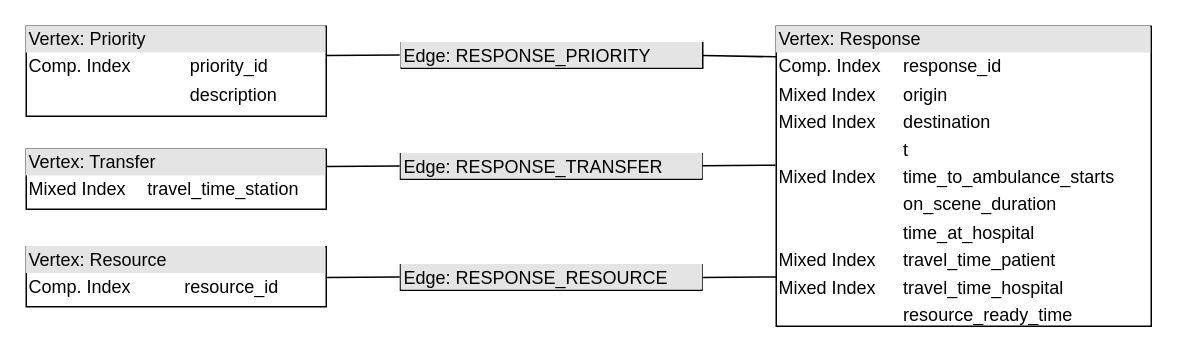
The draw.io diagram providentia-docs/report/drawio/janus-design-sim.drawio in DavidBakerEffendi/providentia, before the edit. Source tidied: cells renumbered, new cells numbered last; positions are measured from the earlier drawing's top-left corner, leaving out a move shared by most shapes. Both pictures are drawn from the tidied source at 150%, with x=0, y=0 at pixel (26, 26).
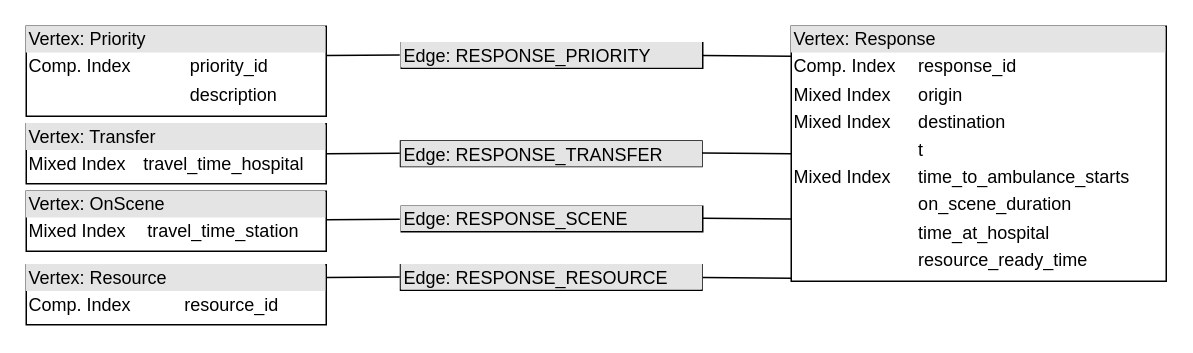
After the change.

Unchanged cells that the change refers to:
```xml
<mxCell id="6" value="&lt;div style=&quot;box-sizing: border-box ; width: 100% ; background: #e4e4e4 ; padding: 2px&quot;&gt;Edge: RESPONSE_PRIORITY&lt;/div&gt;&lt;table style=&quot;width: 100% ; font-size: 1em&quot; cellpadding=&quot;2&quot; cellspacing=&quot;0&quot;&gt;&lt;tbody&gt;&lt;/tbody&gt;&lt;/table&gt;" style="verticalAlign=top;align=left;overflow=fill;html=1;" parent="1" vertex="1">
  <mxGeometry x="250" y="11" width="201" height="17" as="geometry" />
</mxCell>
```

Diff of the diagram source:
```diff
@@
-    <mxCell id="2" value="&lt;div style=&quot;box-sizing: border-box ; width: 100% ; background: #e4e4e4 ; padding: 2px&quot;&gt;Vertex: Response&lt;/div&gt;&lt;table style=&quot;width: 100% ; font-size: 1em&quot; cellpadding=&quot;2&quot; cellspacing=&quot;0&quot;&gt;&lt;tbody&gt;&lt;tr&gt;&lt;td&gt;Comp. Index&lt;/td&gt;&lt;td&gt;response_id&lt;/td&gt;&lt;/tr&gt;&lt;tr&gt;&lt;td&gt;Mixed Index&lt;br&gt;&lt;/td&gt;&lt;td&gt;origin&lt;/td&gt;&lt;/tr&gt;&lt;tr&gt;&lt;td&gt;Mixed Index&lt;/td&gt;&lt;td&gt;destination&lt;/td&gt;&lt;/tr&gt;&lt;tr&gt;&lt;td&gt;&lt;br&gt;&lt;/td&gt;&lt;td&gt;t&lt;/td&gt;&lt;/tr&gt;&lt;tr&gt;&lt;td&gt;Mixed Index&lt;/td&gt;&lt;td&gt;time_to_ambulance_starts&lt;/td&gt;&lt;/tr&gt;&lt;tr&gt;&lt;td&gt;&lt;br&gt;&lt;/td&gt;&lt;td&gt;on_scene_duration&lt;/td&gt;&lt;/tr&gt;&lt;tr&gt;&lt;td&gt;&lt;br&gt;&lt;/td&gt;&lt;td&gt;time_at_hospital&lt;/td&gt;&lt;/tr&gt;&lt;tr&gt;&lt;td&gt;Mixed Index&lt;/td&gt;&lt;td&gt;travel_time_patient&lt;/td&gt;&lt;/tr&gt;&lt;tr&gt;&lt;td&gt;Mixed Index&lt;/td&gt;&lt;td&gt;travel_time_hospital&lt;/td&gt;&lt;/tr&gt;&lt;tr&gt;&lt;td&gt;&lt;br&gt;&lt;/td&gt;&lt;td&gt;resource_ready_time&lt;/td&gt;&lt;/tr&gt;&lt;/tbody&gt;&lt;/table&gt;" style="verticalAlign=top;align=left;overflow=fill;html=1;" parent="1" vertex="1">
-      <mxGeometry x="500" width="250" height="200" as="geometry" />
+    <mxCell id="2" value="&lt;div style=&quot;box-sizing: border-box ; width: 100% ; background: #e4e4e4 ; padding: 2px&quot;&gt;Vertex: Response&lt;/div&gt;&lt;table style=&quot;width: 100% ; font-size: 1em&quot; cellpadding=&quot;2&quot; cellspacing=&quot;0&quot;&gt;&lt;tbody&gt;&lt;tr&gt;&lt;td&gt;Comp. Index&lt;/td&gt;&lt;td&gt;response_id&lt;/td&gt;&lt;/tr&gt;&lt;tr&gt;&lt;td&gt;Mixed Index&lt;br&gt;&lt;/td&gt;&lt;td&gt;origin&lt;/td&gt;&lt;/tr&gt;&lt;tr&gt;&lt;td&gt;Mixed Index&lt;/td&gt;&lt;td&gt;destination&lt;/td&gt;&lt;/tr&gt;&lt;tr&gt;&lt;td&gt;&lt;br&gt;&lt;/td&gt;&lt;td&gt;t&lt;/td&gt;&lt;/tr&gt;&lt;tr&gt;&lt;td&gt;Mixed Index&lt;/td&gt;&lt;td&gt;time_to_ambulance_starts&lt;/td&gt;&lt;/tr&gt;&lt;tr&gt;&lt;td&gt;&lt;br&gt;&lt;/td&gt;&lt;td&gt;on_scene_duration&lt;/td&gt;&lt;/tr&gt;&lt;tr&gt;&lt;td&gt;&lt;br&gt;&lt;/td&gt;&lt;td&gt;time_at_hospital&lt;/td&gt;&lt;/tr&gt;&lt;tr&gt;&lt;td&gt;&lt;br&gt;&lt;/td&gt;&lt;td&gt;resource_ready_time&lt;/td&gt;&lt;/tr&gt;&lt;/tbody&gt;&lt;/table&gt;" style="verticalAlign=top;align=left;overflow=fill;html=1;" parent="1" vertex="1">
+      <mxGeometry x="510" width="250" height="170" as="geometry" />
     </mxCell>
@@
-    <mxCell id="4" value="&lt;div style=&quot;box-sizing: border-box ; width: 100% ; background: #e4e4e4 ; padding: 2px&quot;&gt;Vertex: Transfer&lt;/div&gt;&lt;table style=&quot;width: 100% ; font-size: 1em&quot; cellpadding=&quot;2&quot; cellspacing=&quot;0&quot;&gt;&lt;tbody&gt;&lt;tr&gt;&lt;td&gt;Mixed Index&lt;/td&gt;&lt;td&gt;travel_time_station&lt;/td&gt;&lt;/tr&gt;&lt;tr&gt;&lt;td&gt;&lt;br&gt;&lt;/td&gt;&lt;td&gt;&lt;/td&gt;&lt;/tr&gt;&lt;/tbody&gt;&lt;/table&gt;" style="verticalAlign=top;align=left;overflow=fill;html=1;" parent="1" vertex="1">
-      <mxGeometry y="82" width="200" height="40" as="geometry" />
+    <mxCell id="4" value="&lt;div style=&quot;box-sizing: border-box ; width: 100% ; background: #e4e4e4 ; padding: 2px&quot;&gt;Vertex: Transfer&lt;/div&gt;&lt;table style=&quot;width: 100% ; font-size: 1em&quot; cellpadding=&quot;2&quot; cellspacing=&quot;0&quot;&gt;&lt;tbody&gt;&lt;tr&gt;&lt;td&gt;Mixed Index&lt;/td&gt;&lt;td&gt;travel_time_hospital&lt;/td&gt;&lt;/tr&gt;&lt;tr&gt;&lt;td&gt;&lt;br&gt;&lt;/td&gt;&lt;td&gt;&lt;/td&gt;&lt;/tr&gt;&lt;/tbody&gt;&lt;/table&gt;" style="verticalAlign=top;align=left;overflow=fill;html=1;" parent="1" vertex="1">
+      <mxGeometry y="65" width="200" height="40" as="geometry" />
     </mxCell>
-    <mxCell id="5" value="&lt;div style=&quot;box-sizing: border-box ; width: 100% ; background: #e4e4e4 ; padding: 2px&quot;&gt;Vertex: Resource&lt;/div&gt;&lt;table style=&quot;width: 100% ; font-size: 1em&quot; cellpadding=&quot;2&quot; cellspacing=&quot;0&quot;&gt;&lt;tbody&gt;&lt;tr&gt;&lt;td&gt;Comp. Index&lt;/td&gt;&lt;td&gt;resource_id&lt;/td&gt;&lt;/tr&gt;&lt;tr&gt;&lt;td&gt;&lt;/td&gt;&lt;td&gt;&lt;/td&gt;&lt;/tr&gt;&lt;/tbody&gt;&lt;/table&gt;" style="verticalAlign=top;align=left;overflow=fill;html=1;" parent="1" vertex="1">
-      <mxGeometry y="147" width="200" height="40" as="geometry" />
+    <mxCell id="5" value="&lt;div style=&quot;box-sizing: border-box ; width: 100% ; background: #e4e4e4 ; padding: 2px&quot;&gt;Vertex: OnScene&lt;/div&gt;&lt;table style=&quot;width: 100% ; font-size: 1em&quot; cellpadding=&quot;2&quot; cellspacing=&quot;0&quot;&gt;&lt;tbody&gt;&lt;tr&gt;&lt;td&gt;Mixed Index&lt;/td&gt;&lt;td&gt;travel_time_station&lt;/td&gt;&lt;/tr&gt;&lt;tr&gt;&lt;td&gt;&lt;/td&gt;&lt;td&gt;&lt;/td&gt;&lt;/tr&gt;&lt;/tbody&gt;&lt;/table&gt;" style="verticalAlign=top;align=left;overflow=fill;html=1;" parent="1" vertex="1">
+      <mxGeometry y="110" width="200" height="40" as="geometry" />
     </mxCell>
@@
     <mxCell id="7" value="&lt;div style=&quot;box-sizing: border-box ; width: 100% ; background: #e4e4e4 ; padding: 2px&quot;&gt;Edge: RESPONSE_TRANSFER&lt;/div&gt;&lt;table style=&quot;width: 100% ; font-size: 1em&quot; cellpadding=&quot;2&quot; cellspacing=&quot;0&quot;&gt;&lt;tbody&gt;&lt;/tbody&gt;&lt;/table&gt;" style="verticalAlign=top;align=left;overflow=fill;html=1;" parent="1" vertex="1">
-      <mxGeometry x="249.5" y="85" width="201" height="17" as="geometry" />
+      <mxGeometry x="249.5" y="76.5" width="201" height="17" as="geometry" />
     </mxCell>
@@
-    <mxCell id="9" style="endArrow=none;html=1;entryX=1;entryY=0.5;entryDx=0;entryDy=0;exitX=0;exitY=0.102;exitDx=0;exitDy=0;exitPerimeter=0;" parent="1" edge="1" source="2" target="6">
-      <mxGeometry relative="1" as="geometry" />
+    <mxCell id="9" style="endArrow=none;html=1;entryX=1;entryY=0.5;entryDx=0;entryDy=0;" parent="1" edge="1" target="6">
+      <mxGeometry relative="1" as="geometry">
+        <mxPoint x="510" y="20" as="sourcePoint" />
+      </mxGeometry>
     </mxCell>
@@
     <mxCell id="11" style="endArrow=none;html=1;entryX=1;entryY=0.5;entryDx=0;entryDy=0;exitX=0;exitY=0.102;exitDx=0;exitDy=0;exitPerimeter=0;" parent="1" edge="1">
       <mxGeometry relative="1" as="geometry">
-        <mxPoint x="249" y="93.1" as="sourcePoint" />
-        <mxPoint x="200" y="93.5" as="targetPoint" />
+        <mxPoint x="249" y="84.6" as="sourcePoint" />
+        <mxPoint x="200" y="85" as="targetPoint" />
       </mxGeometry>
     </mxCell>
-    <mxCell id="12" style="endArrow=none;html=1;entryX=1;entryY=0.5;entryDx=0;entryDy=0;exitX=0;exitY=0.102;exitDx=0;exitDy=0;exitPerimeter=0;" parent="1" edge="1">
+    <mxCell id="12" style="endArrow=none;html=1;entryX=1;entryY=0.5;entryDx=0;entryDy=0;exitX=0;exitY=0.5;exitDx=0;exitDy=0;" parent="1" edge="1" source="2">
       <mxGeometry relative="1" as="geometry">
-        <mxPoint x="499.5" y="92.6" as="sourcePoint" />
-        <mxPoint x="450.5" y="93" as="targetPoint" />
+        <mxPoint x="450.5" y="84.5" as="targetPoint" />
       </mxGeometry>
     </mxCell>
-    <mxCell id="13" style="endArrow=none;html=1;entryX=1;entryY=0.5;entryDx=0;entryDy=0;exitX=0;exitY=0.102;exitDx=0;exitDy=0;exitPerimeter=0;" parent="1" edge="1">
+    <mxCell id="13" style="endArrow=none;html=1;entryX=1;entryY=0.5;entryDx=0;entryDy=0;" parent="1" edge="1">
       <mxGeometry relative="1" as="geometry">
-        <mxPoint x="500" y="167.1" as="sourcePoint" />
+        <mxPoint x="510" y="168" as="sourcePoint" />
         <mxPoint x="451" y="167.5" as="targetPoint" />
       </mxGeometry>
     </mxCell>
@@
+    <mxCell id="15" value="&lt;div style=&quot;box-sizing: border-box ; width: 100% ; background: #e4e4e4 ; padding: 2px&quot;&gt;Vertex: Resource&lt;/div&gt;&lt;table style=&quot;width: 100% ; font-size: 1em&quot; cellpadding=&quot;2&quot; cellspacing=&quot;0&quot;&gt;&lt;tbody&gt;&lt;tr&gt;&lt;td&gt;Comp. Index&lt;/td&gt;&lt;td&gt;resource_id&lt;/td&gt;&lt;/tr&gt;&lt;tr&gt;&lt;td&gt;&lt;/td&gt;&lt;td&gt;&lt;/td&gt;&lt;/tr&gt;&lt;/tbody&gt;&lt;/table&gt;" style="verticalAlign=top;align=left;overflow=fill;html=1;" parent="1" vertex="1">
+      <mxGeometry y="159" width="200" height="40" as="geometry" />
+    </mxCell>
+    <mxCell id="16" value="&lt;div style=&quot;box-sizing: border-box ; width: 100% ; background: #e4e4e4 ; padding: 2px&quot;&gt;Edge: RESPONSE_SCENE&lt;/div&gt;&lt;table style=&quot;width: 100% ; font-size: 1em&quot; cellpadding=&quot;2&quot; cellspacing=&quot;0&quot;&gt;&lt;tbody&gt;&lt;/tbody&gt;&lt;/table&gt;" style="verticalAlign=top;align=left;overflow=fill;html=1;" parent="1" vertex="1">
+      <mxGeometry x="250" y="120" width="201" height="17" as="geometry" />
+    </mxCell>
+    <mxCell id="17" style="endArrow=none;html=1;entryX=1;entryY=0.5;entryDx=0;entryDy=0;exitX=0;exitY=0.5;exitDx=0;exitDy=0;" parent="1" edge="1">
+      <mxGeometry relative="1" as="geometry">
+        <mxPoint x="510.5" y="128.5" as="sourcePoint" />
+        <mxPoint x="451" y="128" as="targetPoint" />
+      </mxGeometry>
+    </mxCell>
+    <mxCell id="18" style="endArrow=none;html=1;entryX=1;entryY=0.5;entryDx=0;entryDy=0;exitX=0;exitY=0.102;exitDx=0;exitDy=0;exitPerimeter=0;" parent="1" edge="1">
+      <mxGeometry relative="1" as="geometry">
+        <mxPoint x="249" y="128.6" as="sourcePoint" />
+        <mxPoint x="200" y="129" as="targetPoint" />
+      </mxGeometry>
+    </mxCell>
```
